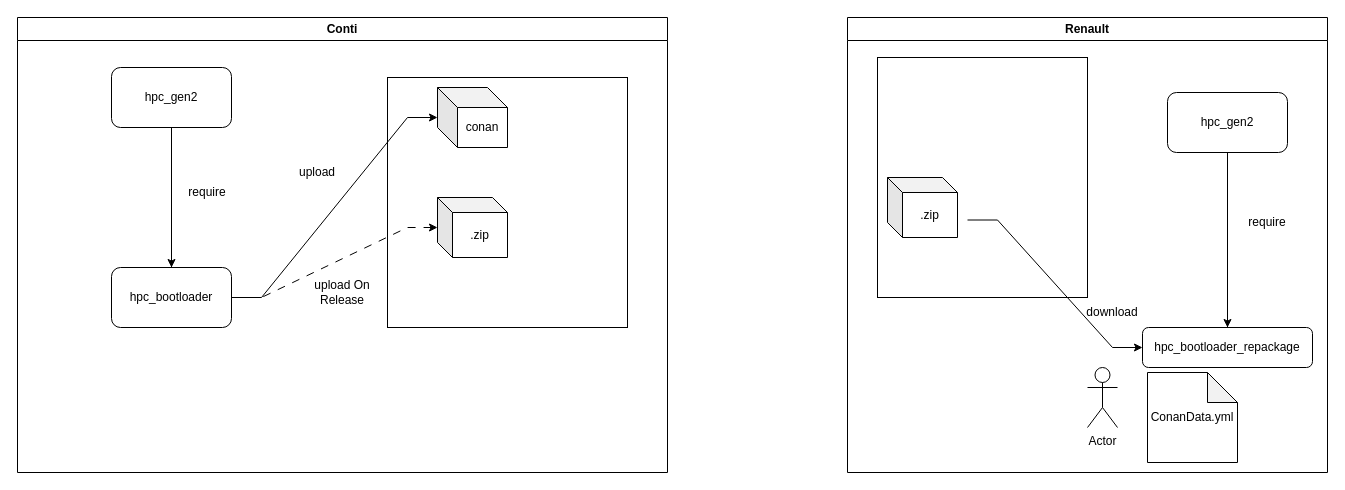
The draw.io diagram Diagramme sans nom.drawio in salmen/conti, before the edit. Source tidied: cells renumbered, new cells numbered last; positions are measured from the earlier drawing's top-left corner, leaving out a move shared by most shapes. Both pictures are drawn from the tidied source at 100%, with x=0, y=0 at pixel (17, 17).
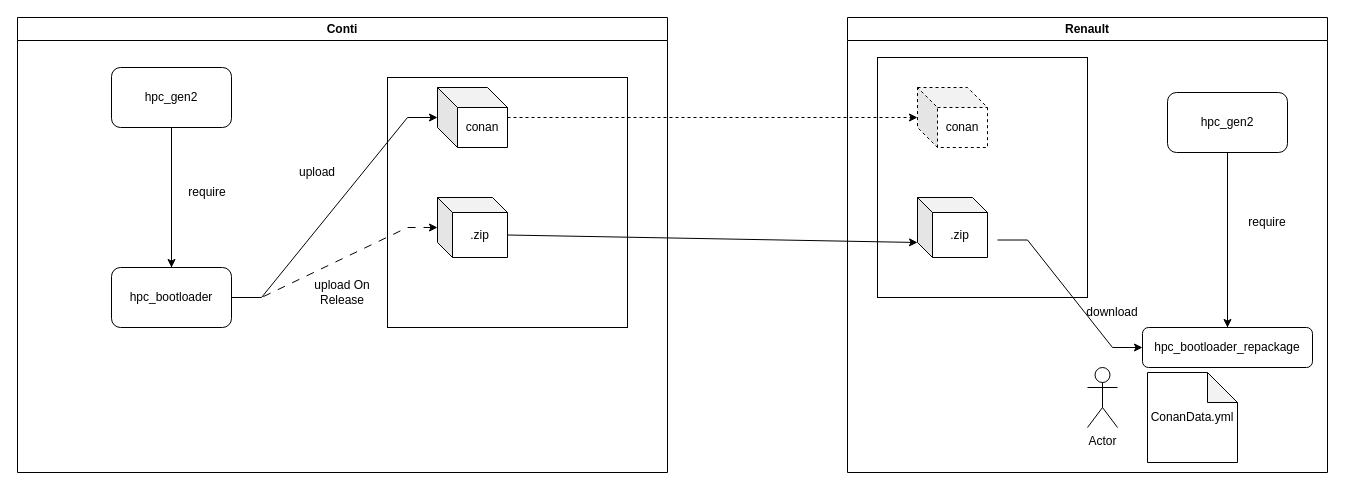
Above is the later version.

The change refers to these unchanged cells:
```xml
<mxCell id="9" value=".zip" style="shape=cube;whiteSpace=wrap;html=1;boundedLbl=1;backgroundOutline=1;darkOpacity=0.05;darkOpacity2=0.1;size=15;" parent="2" vertex="1">
  <mxGeometry x="420" y="180" width="70" height="60" as="geometry" />
</mxCell>
<mxCell id="12" value="conan" style="shape=cube;whiteSpace=wrap;html=1;boundedLbl=1;backgroundOutline=1;darkOpacity=0.05;darkOpacity2=0.1;" parent="2" vertex="1">
  <mxGeometry x="420" y="70" width="70" height="60" as="geometry" />
</mxCell>
<mxCell id="15" value="Renault" style="swimlane;whiteSpace=wrap;html=1;" parent="1" vertex="1">
  <mxGeometry x="830" width="480" height="455" as="geometry" />
</mxCell>
```

Change to the diagram source:
```diff
@@
     <mxCell id="22" value=".zip" style="shape=cube;whiteSpace=wrap;html=1;boundedLbl=1;backgroundOutline=1;darkOpacity=0.05;darkOpacity2=0.1;size=15;" parent="15" vertex="1">
-      <mxGeometry x="40" y="160" width="70" height="60" as="geometry" />
+      <mxGeometry x="70" y="180" width="70" height="60" as="geometry" />
     </mxCell>
@@
+    <mxCell id="27" value="conan" style="shape=cube;whiteSpace=wrap;html=1;boundedLbl=1;backgroundOutline=1;darkOpacity=0.05;darkOpacity2=0.1;dashed=1;" parent="15" vertex="1">
+      <mxGeometry x="70" y="70" width="70" height="60" as="geometry" />
+    </mxCell>
+    <mxCell id="28" style="endArrow=classic;html=1;rounded=0;exitX=0;exitY=0;exitDx=70;exitDy=37.5;exitPerimeter=0;entryX=0;entryY=0;entryDx=0;entryDy=45;entryPerimeter=0;" parent="1" edge="1" source="9" target="22">
+      <mxGeometry relative="1" as="geometry" />
+    </mxCell>
+    <mxCell id="29" style="edgeStyle=orthogonalEdgeStyle;rounded=0;jettySize=auto;html=1;dashed=1;" parent="1" edge="1" source="12" target="27">
+      <mxGeometry relative="1" as="geometry" />
+    </mxCell>
```
